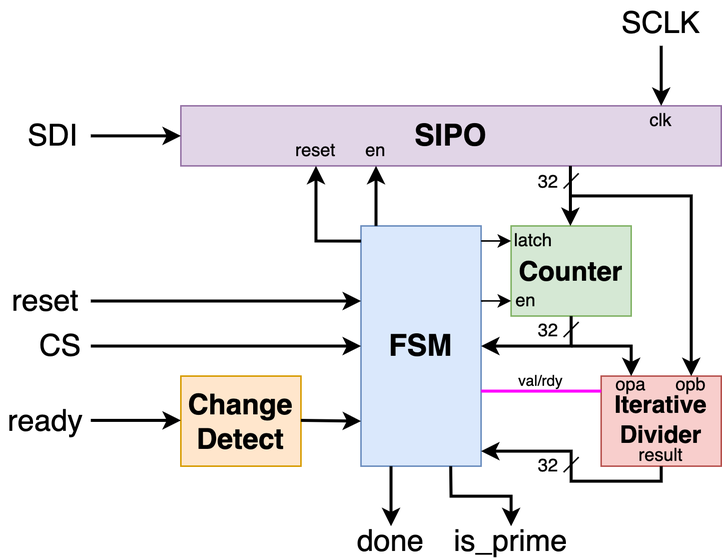
This is assets/diagram.png from Aidan-McNay/16B-PrimeDetection, a draw.io export, as it was before one commit. Source tidied: cells renumbered, new cells last; positions are measured from the earlier drawing's top-left corner, leaving out a move shared by most shapes.
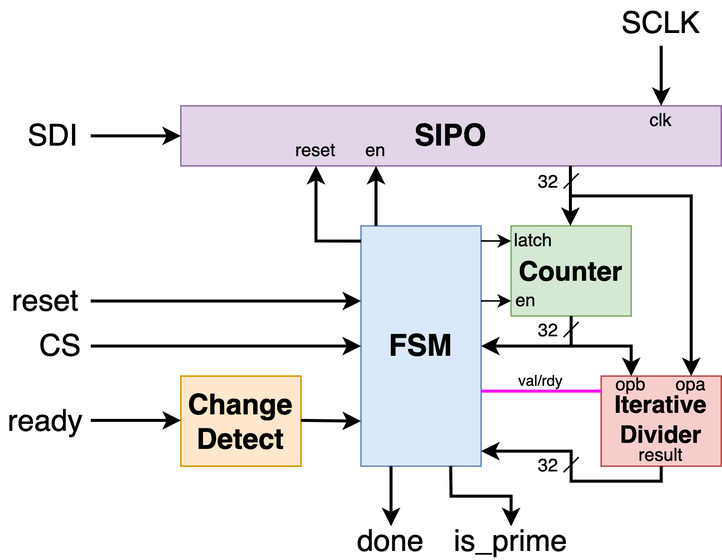
After the change.

What changed in the source:
```diff
@@ -171,10 +171,10 @@
     <mxCell id="36" value="&lt;font style=&quot;font-size: 10px;&quot;&gt;val/rdy&lt;/font&gt;" style="text;html=1;strokeColor=none;fillColor=none;align=center;verticalAlign=middle;whiteSpace=wrap;rounded=0;" parent="1" vertex="1">
       <mxGeometry x="340" y="240" width="40" height="25" as="geometry" />
     </mxCell>
-    <mxCell id="37" value="opa" style="text;html=1;strokeColor=none;fillColor=none;align=center;verticalAlign=middle;whiteSpace=wrap;rounded=0;" parent="1" vertex="1">
+    <mxCell id="37" value="opb" style="text;html=1;strokeColor=none;fillColor=none;align=center;verticalAlign=middle;whiteSpace=wrap;rounded=0;" parent="1" vertex="1">
       <mxGeometry x="400" y="246" width="40" height="20" as="geometry" />
     </mxCell>
-    <mxCell id="38" value="opb" style="text;html=1;strokeColor=none;fillColor=none;align=center;verticalAlign=middle;whiteSpace=wrap;rounded=0;" parent="1" vertex="1">
+    <mxCell id="38" value="opa" style="text;html=1;strokeColor=none;fillColor=none;align=center;verticalAlign=middle;whiteSpace=wrap;rounded=0;" parent="1" vertex="1">
       <mxGeometry x="440" y="246" width="40" height="20" as="geometry" />
     </mxCell>
     <mxCell id="39" value="result" style="text;html=1;strokeColor=none;fillColor=none;align=center;verticalAlign=middle;whiteSpace=wrap;rounded=0;" parent="1" vertex="1">
```
